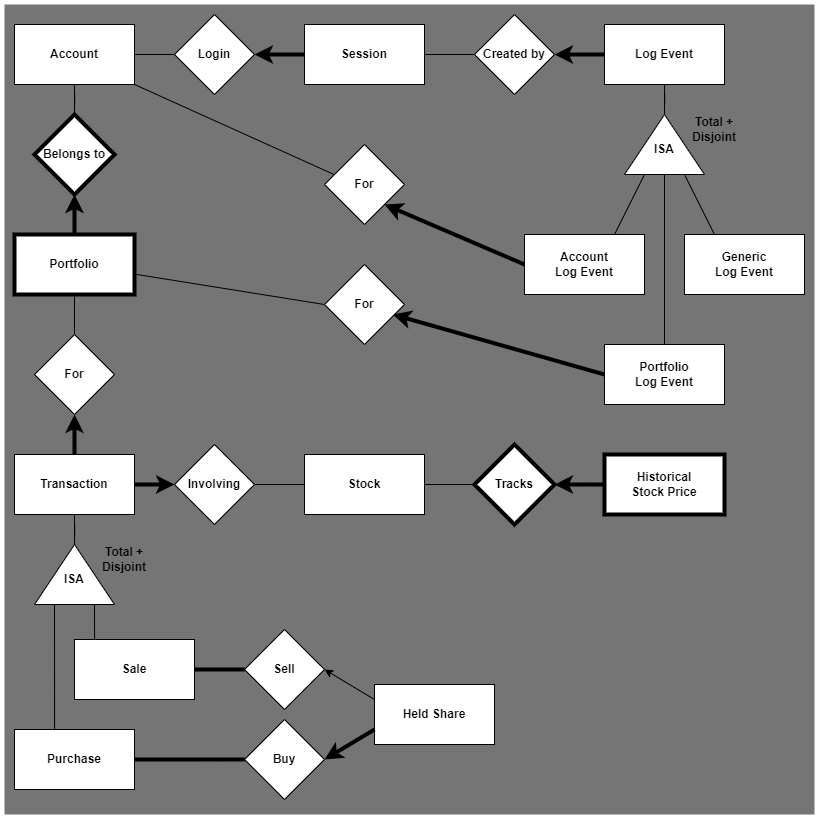
Earlier version of the draw.io export system/db/diagram.png (damians13/stock-tracker). Source tidied: cells renumbered, new cells last; positions are measured from the earlier drawing's top-left corner, leaving out a move shared by most shapes.
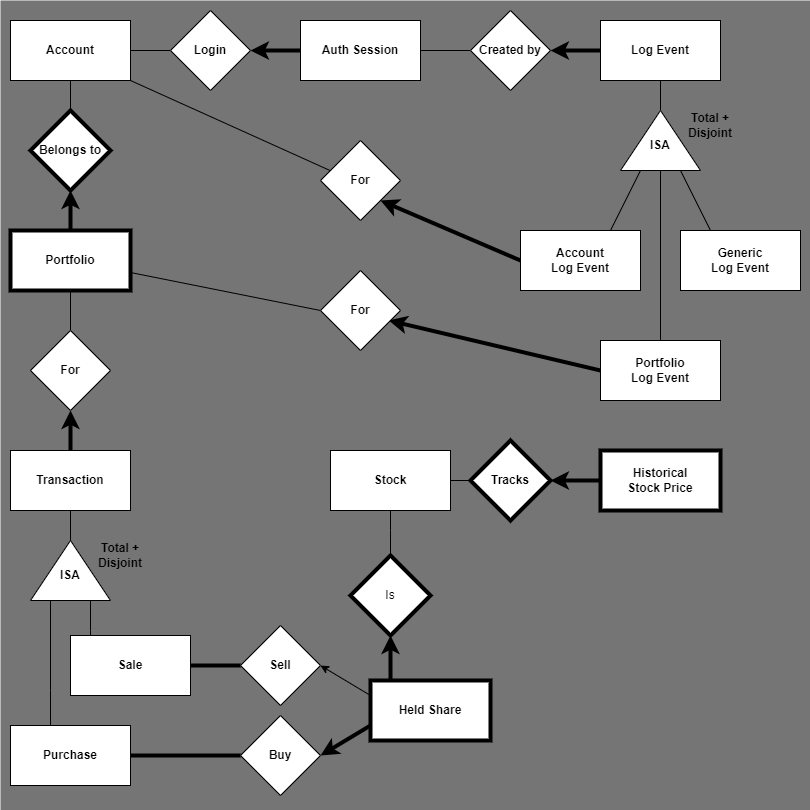
After the change.

Diff of the diagram source:
```diff
@@ -28,7 +28,7 @@
     <mxCell id="9" style="edgeStyle=orthogonalEdgeStyle;rounded=0;jettySize=auto;html=1;entryX=0;entryY=0.5;entryDx=0;entryDy=0;endArrow=none;endFill=0;fontStyle=1;" parent="1" edge="1" source="10" target="59">
       <mxGeometry relative="1" as="geometry" />
     </mxCell>
-    <mxCell id="10" value="Session" style="rounded=0;whiteSpace=wrap;html=1;strokeWidth=1;fontStyle=1;" parent="1" vertex="1">
+    <mxCell id="10" value="Auth Session" style="rounded=0;whiteSpace=wrap;html=1;strokeWidth=1;fontStyle=1;" parent="1" vertex="1">
       <mxGeometry x="310" y="20" width="120" height="60" as="geometry" />
     </mxCell>
     <mxCell id="11" style="edgeStyle=orthogonalEdgeStyle;rounded=0;jettySize=auto;html=1;entryX=0.5;entryY=1;entryDx=0;entryDy=0;strokeWidth=4;fontStyle=1;" parent="1" edge="1" source="14" target="25">
@@ -55,11 +55,16 @@
     <mxCell id="18" style="edgeStyle=orthogonalEdgeStyle;rounded=0;jettySize=auto;html=1;entryX=0;entryY=0.5;entryDx=0;entryDy=0;endArrow=none;endFill=0;fontStyle=1;" parent="1" edge="1" source="20" target="31">
       <mxGeometry relative="1" as="geometry" />
     </mxCell>
-    <mxCell id="19" style="edgeStyle=orthogonalEdgeStyle;rounded=0;jettySize=auto;html=1;entryX=1;entryY=0.5;entryDx=0;entryDy=0;endArrow=none;endFill=0;fontStyle=1;" parent="1" edge="1" source="20" target="30">
-      <mxGeometry relative="1" as="geometry" />
-    </mxCell>
+    <mxCell id="62" style="edgeStyle=orthogonalEdgeStyle;rounded=0;jettySize=auto;html=1;entryX=0.5;entryY=0;entryDx=0;entryDy=0;endArrow=none;endFill=0;" parent="1" edge="1" source="20" target="64">
+      <mxGeometry relative="1" as="geometry">
+        <Array as="points">
+          <mxPoint x="400" y="530" />
+          <mxPoint x="400" y="530" />
+        </Array>
+      </mxGeometry>
+    </mxCell>
     <mxCell id="20" value="Stock" style="rounded=0;whiteSpace=wrap;html=1;fontStyle=1;" parent="1" vertex="1">
-      <mxGeometry x="310" y="450" width="120" height="60" as="geometry" />
+      <mxGeometry x="340" y="450" width="120" height="60" as="geometry" />
     </mxCell>
     <mxCell id="21" style="edgeStyle=orthogonalEdgeStyle;rounded=0;jettySize=auto;html=1;entryX=1;entryY=0.5;entryDx=0;entryDy=0;strokeWidth=4;exitX=0;exitY=0.5;exitDx=0;exitDy=0;fontStyle=1;" parent="1" edge="1" source="22" target="31">
       <mxGeometry relative="1" as="geometry" />
@@ -67,7 +72,15 @@
     <mxCell id="22" value="Historical&lt;br&gt;Stock Price" style="rounded=0;whiteSpace=wrap;html=1;strokeWidth=4;fontStyle=1;" parent="1" vertex="1">
       <mxGeometry x="610" y="450" width="120" height="60" as="geometry" />
     </mxCell>
+    <mxCell id="63" style="edgeStyle=orthogonalEdgeStyle;rounded=0;jettySize=auto;html=1;entryX=0.5;entryY=1;entryDx=0;entryDy=0;strokeWidth=4;" parent="1" edge="1" source="23" target="64">
+      <mxGeometry relative="1" as="geometry">
+        <Array as="points">
+          <mxPoint x="400" y="670" />
+          <mxPoint x="400" y="670" />
+        </Array>
+      </mxGeometry>
+    </mxCell>
-    <mxCell id="23" value="Held Share" style="rounded=0;whiteSpace=wrap;html=1;fontStyle=1;" parent="1" vertex="1">
+    <mxCell id="23" value="Held Share" style="rounded=0;whiteSpace=wrap;html=1;fontStyle=1;strokeWidth=4;" parent="1" vertex="1">
       <mxGeometry x="380" y="680" width="120" height="60" as="geometry" />
     </mxCell>
     <mxCell id="24" value="Login" style="rhombus;whiteSpace=wrap;html=1;strokeWidth=1;fontStyle=1;" parent="1" vertex="1">
@@ -79,18 +92,12 @@
     <mxCell id="26" style="edgeStyle=orthogonalEdgeStyle;rounded=0;jettySize=auto;html=1;entryX=0.5;entryY=1;entryDx=0;entryDy=0;strokeWidth=4;fontStyle=1;" parent="1" edge="1" source="28" target="29">
       <mxGeometry relative="1" as="geometry" />
     </mxCell>
-    <mxCell id="27" style="edgeStyle=orthogonalEdgeStyle;rounded=0;jettySize=auto;html=1;entryX=0;entryY=0.5;entryDx=0;entryDy=0;endSize=6;strokeWidth=4;fontStyle=1;" parent="1" edge="1" source="28" target="30">
-      <mxGeometry relative="1" as="geometry" />
-    </mxCell>
     <mxCell id="28" value="Transaction" style="rounded=0;whiteSpace=wrap;html=1;fontStyle=1;" parent="1" vertex="1">
       <mxGeometry x="20" y="450" width="120" height="60" as="geometry" />
     </mxCell>
     <mxCell id="29" value="For" style="rhombus;whiteSpace=wrap;html=1;fontStyle=1;" parent="1" vertex="1">
       <mxGeometry x="40" y="330" width="80" height="80" as="geometry" />
     </mxCell>
-    <mxCell id="30" value="Involving" style="rhombus;whiteSpace=wrap;html=1;fontStyle=1;" parent="1" vertex="1">
-      <mxGeometry x="180" y="440" width="80" height="80" as="geometry" />
-    </mxCell>
     <mxCell id="31" value="Tracks" style="rhombus;whiteSpace=wrap;html=1;strokeWidth=4;fontStyle=1;" parent="1" vertex="1">
       <mxGeometry x="480" y="440" width="80" height="80" as="geometry" />
     </mxCell>
@@ -192,7 +199,10 @@
       <mxGeometry x="330" y="140" width="80" height="80" as="geometry" />
     </mxCell>
     <mxCell id="61" value="For" style="rhombus;whiteSpace=wrap;html=1;fontStyle=1;" parent="1" vertex="1">
-      <mxGeometry x="330" y="260" width="80" height="80" as="geometry" />
+      <mxGeometry x="330" y="270" width="80" height="80" as="geometry" />
     </mxCell>
+    <mxCell id="64" value="Is" style="rhombus;whiteSpace=wrap;html=1;strokeWidth=4;" parent="1" vertex="1">
+      <mxGeometry x="360" y="555" width="80" height="80" as="geometry" />
+    </mxCell>
   </root>
 </mxGraphModel>
```
